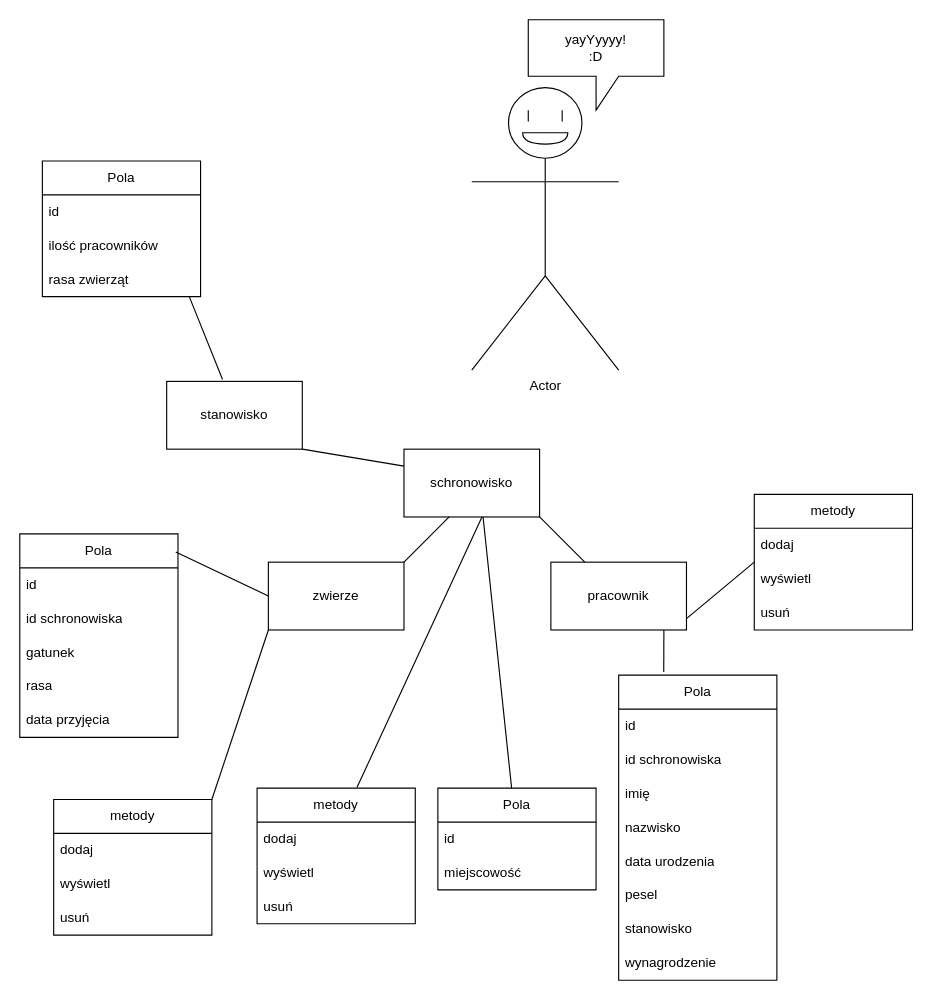
This is hmm.drawio from department-of-artificial-intelligence/Programowanie_obiektowe_Proj_S, a draw.io file, before an edit. Source tidied: cells renumbered, new cells numbered last; positions are measured from the earlier drawing's top-left corner, leaving out a move shared by most shapes. Both pictures are drawn from the tidied source at 113%, with x=0, y=0 at pixel (19, 19).
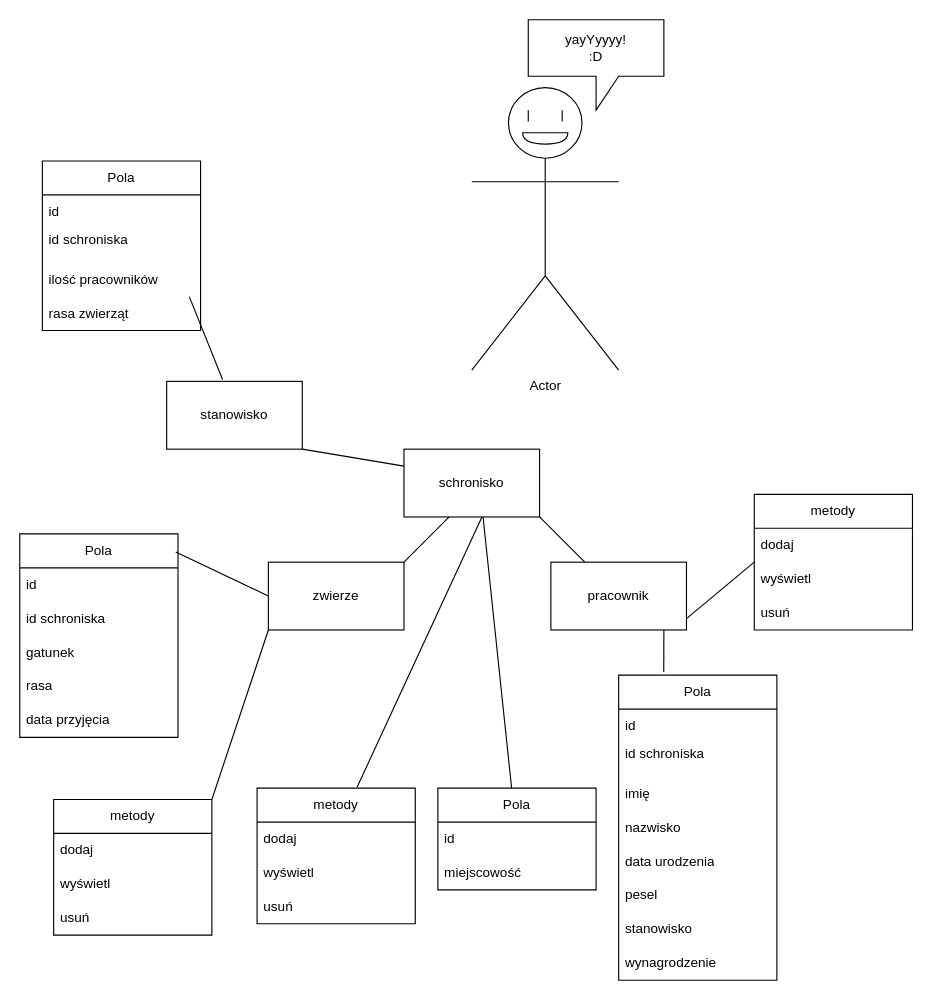
The same page after the edit.

Unchanged cells that the change refers to:
```xml
<mxCell id="16" value="Pola" style="swimlane;fontStyle=0;horizontal=1;startSize=30;whiteSpace=wrap;html=1;" parent="1" vertex="1">
  <mxGeometry y="455" width="140" height="180" as="geometry" />
</mxCell>
<mxCell id="23" value="Pola" style="swimlane;fontStyle=0;horizontal=1;startSize=30;whiteSpace=wrap;html=1;" parent="1" vertex="1">
  <mxGeometry x="530" y="580" width="140" height="270" as="geometry" />
</mxCell>
```

Change to the diagram source:
```diff
@@
-    <mxCell id="7" value="schronowisko" style="rounded=0;whiteSpace=wrap;html=1;" parent="1" vertex="1">
+    <mxCell id="7" value="schronisko" style="rounded=0;whiteSpace=wrap;html=1;" parent="1" vertex="1">
       <mxGeometry x="340" y="380" width="120" height="60" as="geometry" />
     </mxCell>
@@
-    <mxCell id="18" value="id schronowiska" style="text;strokeColor=none;fillColor=none;align=left;verticalAlign=middle;spacingLeft=4;spacingRight=4;overflow=hidden;whiteSpace=wrap;html=1;" parent="16" vertex="1">
+    <mxCell id="18" value="id schroniska" style="text;strokeColor=none;fillColor=none;align=left;verticalAlign=middle;spacingLeft=4;spacingRight=4;overflow=hidden;whiteSpace=wrap;html=1;" parent="16" vertex="1">
       <mxGeometry y="60" width="140" height="30" as="geometry" />
     </mxCell>
@@
-    <mxCell id="25" value="id schronowiska" style="text;strokeColor=none;fillColor=none;align=left;verticalAlign=middle;spacingLeft=4;spacingRight=4;overflow=hidden;whiteSpace=wrap;html=1;" parent="23" vertex="1">
+    <mxCell id="25" value="id schroniska&lt;div&gt;&lt;br&gt;&lt;/div&gt;" style="text;strokeColor=none;fillColor=none;align=left;verticalAlign=middle;spacingLeft=4;spacingRight=4;overflow=hidden;whiteSpace=wrap;html=1;" parent="23" vertex="1">
       <mxGeometry y="60" width="140" height="30" as="geometry" />
     </mxCell>
@@
     <mxCell id="50" value="Pola" style="swimlane;fontStyle=0;horizontal=1;startSize=30;whiteSpace=wrap;html=1;" parent="1" vertex="1">
-      <mxGeometry x="20" y="125" width="140" height="120" as="geometry" />
+      <mxGeometry x="20" y="125" width="140" height="150" as="geometry" />
     </mxCell>
@@
+    <mxCell id="55" value="id schroniska&lt;div&gt;&lt;br&gt;&lt;/div&gt;" style="text;strokeColor=none;fillColor=none;align=left;verticalAlign=middle;spacingLeft=4;spacingRight=4;overflow=hidden;whiteSpace=wrap;html=1;" parent="50" vertex="1">
+      <mxGeometry y="60" width="140" height="30" as="geometry" />
+    </mxCell>
     <mxCell id="52" value="ilość pracowników" style="text;strokeColor=none;fillColor=none;align=left;verticalAlign=middle;spacingLeft=4;spacingRight=4;overflow=hidden;whiteSpace=wrap;html=1;" parent="50" vertex="1">
-      <mxGeometry y="60" width="140" height="30" as="geometry" />
+      <mxGeometry y="90" width="140" height="30" as="geometry" />
     </mxCell>
     <mxCell id="53" value="rasa zwierząt" style="text;strokeColor=none;fillColor=none;align=left;verticalAlign=middle;spacingLeft=4;spacingRight=4;overflow=hidden;whiteSpace=wrap;html=1;" parent="50" vertex="1">
-      <mxGeometry y="90" width="140" height="30" as="geometry" />
+      <mxGeometry y="120" width="140" height="30" as="geometry" />
     </mxCell>
```
